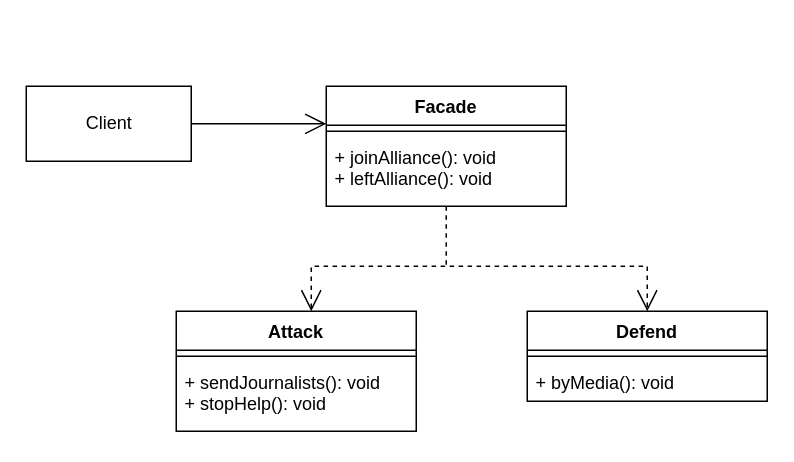
This is Structural/Facade/facade.drawio from Kazantip94/Patern, a draw.io file, before an edit. Source tidied: cells renumbered, new cells numbered last; positions are measured from the earlier drawing's top-left corner, leaving out a move shared by most shapes. Both pictures are drawn from the tidied source at 150%, with x=0, y=0 at pixel (26, 86).
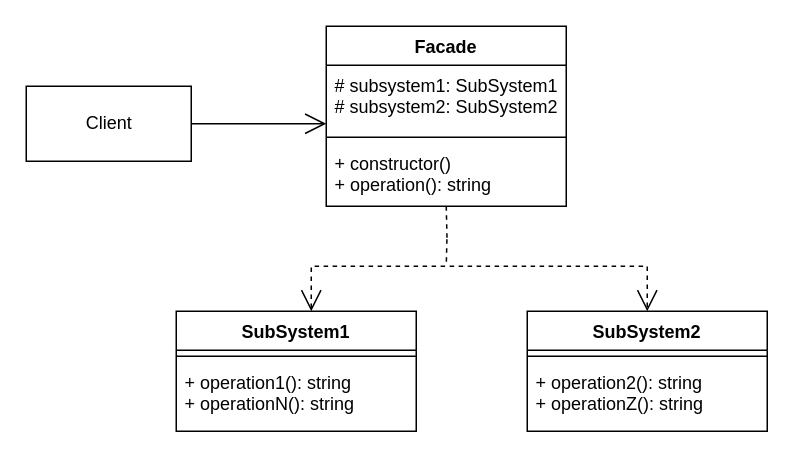
Above is the later version.

Commit message (it also covers changes not shown here):
fix facade and flyweight patterns

The edit, as a diff of the source:
```diff
@@
 <mxGraphModel>
   <root>
     <mxCell id="0" />
     <mxCell id="1" parent="0" />
-    <mxCell id="2" style="edgeStyle=orthogonalEdgeStyle;rounded=0;jettySize=auto;html=1;startArrow=none;startFill=0;endArrow=open;endFill=0;startSize=12;endSize=12;entryX=0;entryY=0.313;entryDx=0;entryDy=0;entryPerimeter=0;" parent="1" edge="1" source="3" target="5">
-      <mxGeometry relative="1" as="geometry" />
+    <mxCell id="2" style="edgeStyle=orthogonalEdgeStyle;rounded=0;jettySize=auto;html=1;startArrow=none;startFill=0;endArrow=open;endFill=0;startSize=12;endSize=12;entryX=0;entryY=0.313;entryDx=0;entryDy=0;entryPerimeter=0;" parent="1" edge="1" source="3">
+      <mxGeometry relative="1" as="geometry">
+        <mxPoint x="200" y="25" as="targetPoint" />
+      </mxGeometry>
     </mxCell>
     <mxCell id="3" value="Client" style="html=1;" parent="1" vertex="1">
       <mxGeometry width="110" height="50" as="geometry" />
     </mxCell>
-    <mxCell id="4" style="edgeStyle=orthogonalEdgeStyle;rounded=0;jettySize=auto;html=1;dashed=1;startArrow=none;startFill=0;endArrow=none;endFill=0;startSize=12;endSize=12;" parent="1" edge="1" source="5">
+    <mxCell id="4" style="edgeStyle=orthogonalEdgeStyle;rounded=0;orthogonalLoop=1;jettySize=auto;html=1;dashed=1;startArrow=none;startFill=0;endArrow=none;endFill=0;startSize=12;endSize=12;" parent="1" edge="1">
       <mxGeometry relative="1" as="geometry">
+        <mxPoint x="280" y="80" as="sourcePoint" />
         <mxPoint x="280" y="120" as="targetPoint" />
       </mxGeometry>
     </mxCell>
-    <mxCell id="5" value="Facade" style="swimlane;fontStyle=1;align=center;verticalAlign=top;horizontal=1;startSize=26;" parent="1" vertex="1">
-      <mxGeometry x="200" width="160" height="80" as="geometry" />
-    </mxCell>
-    <mxCell id="6" style="line;strokeWidth=1;fillColor=none;align=left;verticalAlign=middle;spacingTop=-1;spacingLeft=3;spacingRight=3;labelPosition=right;" parent="5" vertex="1">
-      <mxGeometry y="26" width="160" height="8" as="geometry" />
-    </mxCell>
-    <mxCell id="7" value="+ joinAlliance(): void&#10;+ leftAlliance(): void" style="text;strokeColor=none;fillColor=none;align=left;verticalAlign=top;spacingLeft=4;spacingRight=4;overflow=hidden;" parent="5" vertex="1">
-      <mxGeometry y="34" width="160" height="46" as="geometry" />
-    </mxCell>
-    <mxCell id="8" style="edgeStyle=orthogonalEdgeStyle;rounded=0;jettySize=auto;html=1;entryX=0.5;entryY=0;entryDx=0;entryDy=0;startArrow=open;startFill=0;endArrow=open;endFill=0;startSize=12;endSize=12;dashed=1;" parent="1" edge="1" source="9" target="12">
+    <mxCell id="8" style="edgeStyle=orthogonalEdgeStyle;rounded=0;jettySize=auto;html=1;entryX=0.5;entryY=0;entryDx=0;entryDy=0;startArrow=open;startFill=0;endArrow=open;endFill=0;startSize=12;endSize=12;dashed=1;" parent="1" edge="1" source="9">
       <mxGeometry relative="1" as="geometry">
+        <mxPoint x="414" y="150" as="targetPoint" />
         <Array as="points">
           <mxPoint x="190" y="120" />
           <mxPoint x="414" y="120" />
         </Array>
       </mxGeometry>
     </mxCell>
-    <mxCell id="9" value="Attack" style="swimlane;fontStyle=1;align=center;verticalAlign=top;horizontal=1;startSize=26;" parent="1" vertex="1">
+    <mxCell id="9" value="SubSystem1" style="swimlane;fontStyle=1;align=center;verticalAlign=top;horizontal=1;startSize=26;" parent="1" vertex="1">
       <mxGeometry x="100" y="150" width="160" height="80" as="geometry" />
     </mxCell>
     <mxCell id="10" style="line;strokeWidth=1;fillColor=none;align=left;verticalAlign=middle;spacingTop=-1;spacingLeft=3;spacingRight=3;labelPosition=right;" parent="9" vertex="1">
       <mxGeometry y="26" width="160" height="8" as="geometry" />
     </mxCell>
-    <mxCell id="11" value="+ sendJournalists(): void&#10;+ stopHelp(): void" style="text;strokeColor=none;fillColor=none;align=left;verticalAlign=top;spacingLeft=4;spacingRight=4;overflow=hidden;" parent="9" vertex="1">
+    <mxCell id="11" value="+ operation1(): string&#10;+ operationN(): string" style="text;strokeColor=none;fillColor=none;align=left;verticalAlign=top;spacingLeft=4;spacingRight=4;overflow=hidden;" parent="9" vertex="1">
       <mxGeometry y="34" width="160" height="46" as="geometry" />
     </mxCell>
-    <mxCell id="12" value="Defend" style="swimlane;fontStyle=1;align=center;verticalAlign=top;horizontal=1;startSize=26;" parent="1" vertex="1">
-      <mxGeometry x="334" y="150" width="160" height="60" as="geometry" />
-    </mxCell>
-    <mxCell id="13" style="line;strokeWidth=1;fillColor=none;align=left;verticalAlign=middle;spacingTop=-1;spacingLeft=3;spacingRight=3;labelPosition=right;" parent="12" vertex="1">
-      <mxGeometry y="26" width="160" height="8" as="geometry" />
-    </mxCell>
-    <mxCell id="14" value="+ byMedia(): void" style="text;strokeColor=none;fillColor=none;align=left;verticalAlign=top;spacingLeft=4;spacingRight=4;overflow=hidden;" parent="12" vertex="1">
-      <mxGeometry y="34" width="160" height="26" as="geometry" />
-    </mxCell>
+    <mxCell id="5" value="Facade" style="swimlane;fontStyle=1;align=center;verticalAlign=top;horizontal=1;startSize=26;" parent="1" vertex="1">
+      <mxGeometry x="200" y="-40" width="160" height="120" as="geometry" />
+    </mxCell>
+    <mxCell id="15" value="# subsystem1: SubSystem1&#10;# subsystem2: SubSystem2" style="text;strokeColor=none;fillColor=none;align=left;verticalAlign=top;spacingLeft=4;spacingRight=4;overflow=hidden;" parent="5" vertex="1">
+      <mxGeometry y="26" width="160" height="44" as="geometry" />
+    </mxCell>
+    <mxCell id="16" style="line;strokeWidth=1;fillColor=none;align=left;verticalAlign=middle;spacingTop=-1;spacingLeft=3;spacingRight=3;labelPosition=right;" parent="5" vertex="1">
+      <mxGeometry y="70" width="160" height="8" as="geometry" />
+    </mxCell>
+    <mxCell id="17" value="+ constructor()&#10;+ operation(): string" style="text;strokeColor=none;fillColor=none;align=left;verticalAlign=top;spacingLeft=4;spacingRight=4;overflow=hidden;" parent="5" vertex="1">
+      <mxGeometry y="78" width="160" height="42" as="geometry" />
+    </mxCell>
+    <mxCell id="18" value="SubSystem2" style="swimlane;fontStyle=1;align=center;verticalAlign=top;horizontal=1;startSize=26;" parent="1" vertex="1">
+      <mxGeometry x="334" y="150" width="160" height="80" as="geometry" />
+    </mxCell>
+    <mxCell id="19" style="line;strokeWidth=1;fillColor=none;align=left;verticalAlign=middle;spacingTop=-1;spacingLeft=3;spacingRight=3;labelPosition=right;" parent="18" vertex="1">
+      <mxGeometry y="26" width="160" height="8" as="geometry" />
+    </mxCell>
+    <mxCell id="20" value="+ operation2(): string&#10;+ operationZ(): string" style="text;strokeColor=none;fillColor=none;align=left;verticalAlign=top;spacingLeft=4;spacingRight=4;overflow=hidden;" parent="18" vertex="1">
+      <mxGeometry y="34" width="160" height="46" as="geometry" />
+    </mxCell>
   </root>
 </mxGraphModel>
```
